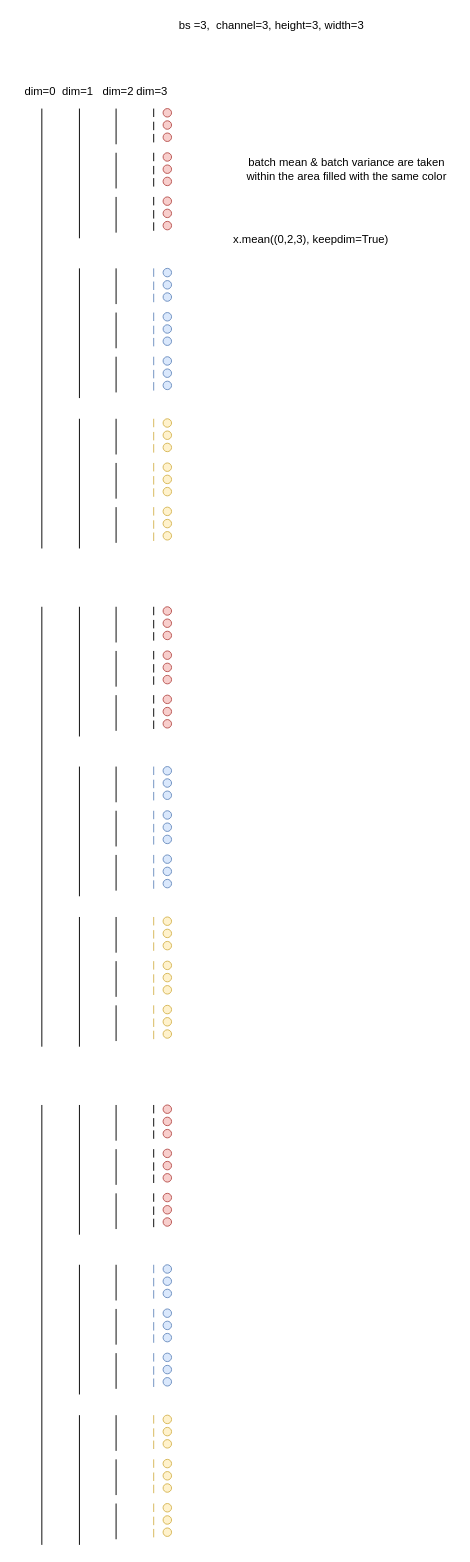
Earlier version of the draw.io diagram page "BatchNorm" (3 of 8) of lesson_note/studyFastaiFigures.drawio (shuntaka/study-fastai). Source tidied: cells renumbered, new cells numbered last; positions are measured from the earlier drawing's top-left corner, leaving out a move shared by most shapes. Both pictures are drawn from the tidied source at 94%, with x=0, y=0 at pixel (16, 16).
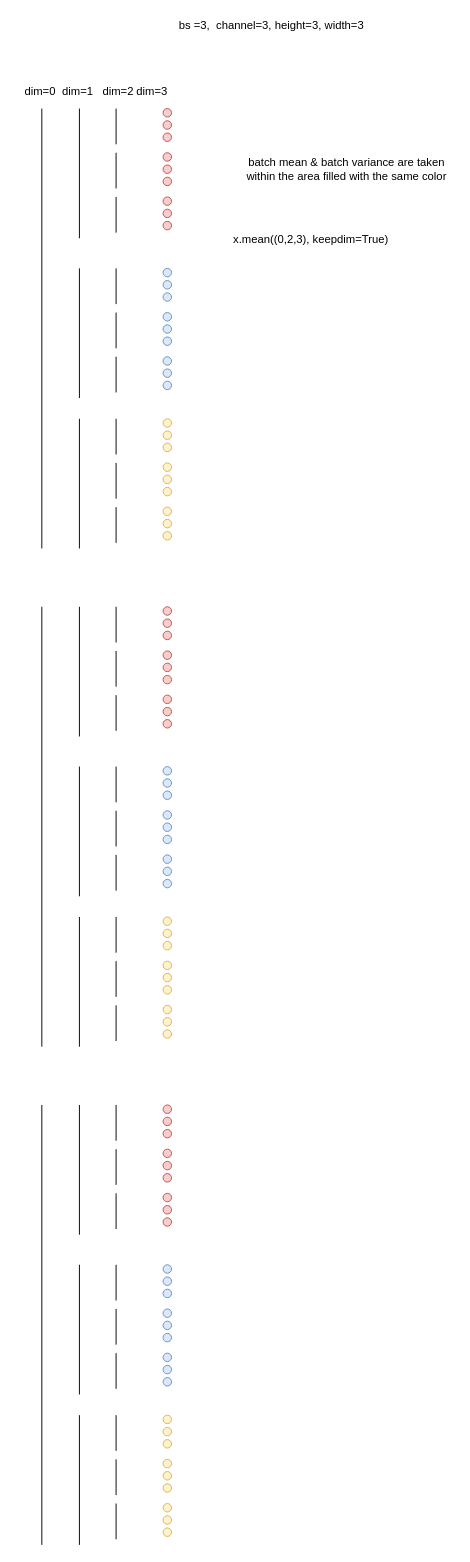
Above is the later version.

Change to the diagram source:
```diff
@@
-    <mxCell id="4" style="endArrow=none;html=1;" parent="1" edge="1">
-      <mxGeometry relative="1" as="geometry">
-        <mxPoint x="146" y="107" as="sourcePoint" />
-        <mxPoint x="146" y="98" as="targetPoint" />
-      </mxGeometry>
-    </mxCell>
-    <mxCell id="5" style="endArrow=none;html=1;" parent="1" edge="1">
-      <mxGeometry relative="1" as="geometry">
-        <mxPoint x="146" y="121" as="sourcePoint" />
-        <mxPoint x="146" y="112" as="targetPoint" />
-      </mxGeometry>
-    </mxCell>
@@
-    <mxCell id="11" style="endArrow=none;html=1;" parent="1" edge="1">
-      <mxGeometry relative="1" as="geometry">
-        <mxPoint x="146" y="134" as="sourcePoint" />
-        <mxPoint x="146" y="125" as="targetPoint" />
-      </mxGeometry>
-    </mxCell>
@@
-    <mxCell id="14" style="endArrow=none;html=1;" parent="1" edge="1">
-      <mxGeometry relative="1" as="geometry">
-        <mxPoint x="146" y="154" as="sourcePoint" />
-        <mxPoint x="146" y="145" as="targetPoint" />
-      </mxGeometry>
-    </mxCell>
-    <mxCell id="15" style="endArrow=none;html=1;" parent="1" edge="1">
-      <mxGeometry relative="1" as="geometry">
-        <mxPoint x="146" y="168" as="sourcePoint" />
-        <mxPoint x="146" y="159" as="targetPoint" />
-      </mxGeometry>
-    </mxCell>
@@
-    <mxCell id="18" style="endArrow=none;html=1;" parent="1" edge="1">
-      <mxGeometry relative="1" as="geometry">
-        <mxPoint x="146" y="181" as="sourcePoint" />
-        <mxPoint x="146" y="172" as="targetPoint" />
-      </mxGeometry>
-    </mxCell>
@@
-    <mxCell id="21" style="endArrow=none;html=1;" parent="1" edge="1">
-      <mxGeometry relative="1" as="geometry">
-        <mxPoint x="146" y="201" as="sourcePoint" />
-        <mxPoint x="146" y="192" as="targetPoint" />
-      </mxGeometry>
-    </mxCell>
-    <mxCell id="22" style="endArrow=none;html=1;" parent="1" edge="1">
-      <mxGeometry relative="1" as="geometry">
-        <mxPoint x="146" y="215" as="sourcePoint" />
-        <mxPoint x="146" y="206" as="targetPoint" />
-      </mxGeometry>
-    </mxCell>
@@
-    <mxCell id="25" style="endArrow=none;html=1;" parent="1" edge="1">
-      <mxGeometry relative="1" as="geometry">
-        <mxPoint x="146" y="228" as="sourcePoint" />
-        <mxPoint x="146" y="219" as="targetPoint" />
-      </mxGeometry>
-    </mxCell>
@@
-    <mxCell id="32" style="endArrow=none;html=1;fillColor=#dae8fc;strokeColor=#6c8ebf;" parent="1" edge="1">
-      <mxGeometry relative="1" as="geometry">
-        <mxPoint x="146" y="277" as="sourcePoint" />
-        <mxPoint x="146" y="268" as="targetPoint" />
-      </mxGeometry>
-    </mxCell>
-    <mxCell id="33" style="endArrow=none;html=1;fillColor=#dae8fc;strokeColor=#6c8ebf;" parent="1" edge="1">
-      <mxGeometry relative="1" as="geometry">
-        <mxPoint x="146" y="291" as="sourcePoint" />
-        <mxPoint x="146" y="282" as="targetPoint" />
-      </mxGeometry>
-    </mxCell>
@@
-    <mxCell id="36" style="endArrow=none;html=1;fillColor=#dae8fc;strokeColor=#6c8ebf;" parent="1" edge="1">
-      <mxGeometry relative="1" as="geometry">
-        <mxPoint x="146" y="304" as="sourcePoint" />
-        <mxPoint x="146" y="295" as="targetPoint" />
-      </mxGeometry>
-    </mxCell>
@@
-    <mxCell id="39" style="endArrow=none;html=1;fillColor=#dae8fc;strokeColor=#6c8ebf;" parent="1" edge="1">
-      <mxGeometry relative="1" as="geometry">
-        <mxPoint x="146" y="324" as="sourcePoint" />
-        <mxPoint x="146" y="315" as="targetPoint" />
-      </mxGeometry>
-    </mxCell>
-    <mxCell id="40" style="endArrow=none;html=1;fillColor=#dae8fc;strokeColor=#6c8ebf;" parent="1" edge="1">
-      <mxGeometry relative="1" as="geometry">
-        <mxPoint x="146" y="338" as="sourcePoint" />
-        <mxPoint x="146" y="329" as="targetPoint" />
-      </mxGeometry>
-    </mxCell>
@@
-    <mxCell id="43" style="endArrow=none;html=1;fillColor=#dae8fc;strokeColor=#6c8ebf;" parent="1" edge="1">
-      <mxGeometry relative="1" as="geometry">
-        <mxPoint x="146" y="351" as="sourcePoint" />
-        <mxPoint x="146" y="342" as="targetPoint" />
-      </mxGeometry>
-    </mxCell>
@@
-    <mxCell id="46" style="endArrow=none;html=1;fillColor=#dae8fc;strokeColor=#6c8ebf;" parent="1" edge="1">
-      <mxGeometry relative="1" as="geometry">
-        <mxPoint x="146" y="371" as="sourcePoint" />
-        <mxPoint x="146" y="362" as="targetPoint" />
-      </mxGeometry>
-    </mxCell>
-    <mxCell id="47" style="endArrow=none;html=1;fillColor=#dae8fc;strokeColor=#6c8ebf;" parent="1" edge="1">
-      <mxGeometry relative="1" as="geometry">
-        <mxPoint x="146" y="385" as="sourcePoint" />
-        <mxPoint x="146" y="376" as="targetPoint" />
-      </mxGeometry>
-    </mxCell>
@@
-    <mxCell id="50" style="endArrow=none;html=1;fillColor=#dae8fc;strokeColor=#6c8ebf;" parent="1" edge="1">
-      <mxGeometry relative="1" as="geometry">
-        <mxPoint x="146" y="398" as="sourcePoint" />
-        <mxPoint x="146" y="389" as="targetPoint" />
-      </mxGeometry>
-    </mxCell>
@@
-    <mxCell id="54" style="endArrow=none;html=1;fillColor=#fff2cc;strokeColor=#d6b656;" parent="1" edge="1">
-      <mxGeometry relative="1" as="geometry">
-        <mxPoint x="146" y="437" as="sourcePoint" />
-        <mxPoint x="146" y="428" as="targetPoint" />
-      </mxGeometry>
-    </mxCell>
-    <mxCell id="55" style="endArrow=none;html=1;fillColor=#fff2cc;strokeColor=#d6b656;" parent="1" edge="1">
-      <mxGeometry relative="1" as="geometry">
-        <mxPoint x="146" y="451" as="sourcePoint" />
-        <mxPoint x="146" y="442" as="targetPoint" />
-      </mxGeometry>
-    </mxCell>
@@
-    <mxCell id="58" style="endArrow=none;html=1;fillColor=#fff2cc;strokeColor=#d6b656;" parent="1" edge="1">
-      <mxGeometry relative="1" as="geometry">
-        <mxPoint x="146" y="464" as="sourcePoint" />
-        <mxPoint x="146" y="455" as="targetPoint" />
-      </mxGeometry>
-    </mxCell>
@@
-    <mxCell id="61" style="endArrow=none;html=1;fillColor=#fff2cc;strokeColor=#d6b656;" parent="1" edge="1">
-      <mxGeometry relative="1" as="geometry">
-        <mxPoint x="146" y="484" as="sourcePoint" />
-        <mxPoint x="146" y="475" as="targetPoint" />
-      </mxGeometry>
-    </mxCell>
-    <mxCell id="62" style="endArrow=none;html=1;fillColor=#fff2cc;strokeColor=#d6b656;" parent="1" edge="1">
-      <mxGeometry relative="1" as="geometry">
-        <mxPoint x="146" y="498" as="sourcePoint" />
-        <mxPoint x="146" y="489" as="targetPoint" />
-      </mxGeometry>
-    </mxCell>
@@
-    <mxCell id="65" style="endArrow=none;html=1;fillColor=#fff2cc;strokeColor=#d6b656;" parent="1" edge="1">
-      <mxGeometry relative="1" as="geometry">
-        <mxPoint x="146" y="511" as="sourcePoint" />
-        <mxPoint x="146" y="502" as="targetPoint" />
-      </mxGeometry>
-    </mxCell>
@@
-    <mxCell id="68" style="endArrow=none;html=1;fillColor=#fff2cc;strokeColor=#d6b656;" parent="1" edge="1">
-      <mxGeometry relative="1" as="geometry">
-        <mxPoint x="146" y="531" as="sourcePoint" />
-        <mxPoint x="146" y="522" as="targetPoint" />
-      </mxGeometry>
-    </mxCell>
-    <mxCell id="69" style="endArrow=none;html=1;fillColor=#fff2cc;strokeColor=#d6b656;" parent="1" edge="1">
-      <mxGeometry relative="1" as="geometry">
-        <mxPoint x="146" y="545" as="sourcePoint" />
-        <mxPoint x="146" y="536" as="targetPoint" />
-      </mxGeometry>
-    </mxCell>
@@
-    <mxCell id="72" style="endArrow=none;html=1;fillColor=#fff2cc;strokeColor=#d6b656;" parent="1" edge="1">
-      <mxGeometry relative="1" as="geometry">
-        <mxPoint x="146" y="558" as="sourcePoint" />
-        <mxPoint x="146" y="549" as="targetPoint" />
-      </mxGeometry>
-    </mxCell>
@@
-    <mxCell id="78" style="endArrow=none;html=1;" parent="1" edge="1">
-      <mxGeometry relative="1" as="geometry">
-        <mxPoint x="146" y="637" as="sourcePoint" />
-        <mxPoint x="146" y="628" as="targetPoint" />
-      </mxGeometry>
-    </mxCell>
-    <mxCell id="79" style="endArrow=none;html=1;" parent="1" edge="1">
-      <mxGeometry relative="1" as="geometry">
-        <mxPoint x="146" y="651" as="sourcePoint" />
-        <mxPoint x="146" y="642" as="targetPoint" />
-      </mxGeometry>
-    </mxCell>
@@
-    <mxCell id="82" style="endArrow=none;html=1;" parent="1" edge="1">
-      <mxGeometry relative="1" as="geometry">
-        <mxPoint x="146" y="664" as="sourcePoint" />
-        <mxPoint x="146" y="655" as="targetPoint" />
-      </mxGeometry>
-    </mxCell>
@@
-    <mxCell id="85" style="endArrow=none;html=1;" parent="1" edge="1">
-      <mxGeometry relative="1" as="geometry">
-        <mxPoint x="146" y="684" as="sourcePoint" />
-        <mxPoint x="146" y="675" as="targetPoint" />
-      </mxGeometry>
-    </mxCell>
-    <mxCell id="86" style="endArrow=none;html=1;" parent="1" edge="1">
-      <mxGeometry relative="1" as="geometry">
-        <mxPoint x="146" y="698" as="sourcePoint" />
-        <mxPoint x="146" y="689" as="targetPoint" />
-      </mxGeometry>
-    </mxCell>
@@
-    <mxCell id="89" style="endArrow=none;html=1;" parent="1" edge="1">
-      <mxGeometry relative="1" as="geometry">
-        <mxPoint x="146" y="711" as="sourcePoint" />
-        <mxPoint x="146" y="702" as="targetPoint" />
-      </mxGeometry>
-    </mxCell>
@@
-    <mxCell id="92" style="endArrow=none;html=1;" parent="1" edge="1">
-      <mxGeometry relative="1" as="geometry">
-        <mxPoint x="146" y="731" as="sourcePoint" />
-        <mxPoint x="146" y="722" as="targetPoint" />
-      </mxGeometry>
-    </mxCell>
-    <mxCell id="93" style="endArrow=none;html=1;" parent="1" edge="1">
-      <mxGeometry relative="1" as="geometry">
-        <mxPoint x="146" y="745" as="sourcePoint" />
-        <mxPoint x="146" y="736" as="targetPoint" />
-      </mxGeometry>
-    </mxCell>
@@
-    <mxCell id="96" style="endArrow=none;html=1;" parent="1" edge="1">
-      <mxGeometry relative="1" as="geometry">
-        <mxPoint x="146" y="758" as="sourcePoint" />
-        <mxPoint x="146" y="749" as="targetPoint" />
-      </mxGeometry>
-    </mxCell>
@@
-    <mxCell id="101" style="endArrow=none;html=1;fillColor=#dae8fc;strokeColor=#6c8ebf;" parent="1" edge="1">
-      <mxGeometry relative="1" as="geometry">
-        <mxPoint x="146" y="807" as="sourcePoint" />
-        <mxPoint x="146" y="798" as="targetPoint" />
-      </mxGeometry>
-    </mxCell>
-    <mxCell id="102" style="endArrow=none;html=1;fillColor=#dae8fc;strokeColor=#6c8ebf;" parent="1" edge="1">
-      <mxGeometry relative="1" as="geometry">
-        <mxPoint x="146" y="821" as="sourcePoint" />
-        <mxPoint x="146" y="812" as="targetPoint" />
-      </mxGeometry>
-    </mxCell>
@@
-    <mxCell id="105" style="endArrow=none;html=1;fillColor=#dae8fc;strokeColor=#6c8ebf;" parent="1" edge="1">
-      <mxGeometry relative="1" as="geometry">
-        <mxPoint x="146" y="834" as="sourcePoint" />
-        <mxPoint x="146" y="825" as="targetPoint" />
-      </mxGeometry>
-    </mxCell>
@@
-    <mxCell id="108" style="endArrow=none;html=1;fillColor=#dae8fc;strokeColor=#6c8ebf;" parent="1" edge="1">
-      <mxGeometry relative="1" as="geometry">
-        <mxPoint x="146" y="854" as="sourcePoint" />
-        <mxPoint x="146" y="845" as="targetPoint" />
-      </mxGeometry>
-    </mxCell>
-    <mxCell id="109" style="endArrow=none;html=1;fillColor=#dae8fc;strokeColor=#6c8ebf;" parent="1" edge="1">
-      <mxGeometry relative="1" as="geometry">
-        <mxPoint x="146" y="868" as="sourcePoint" />
-        <mxPoint x="146" y="859" as="targetPoint" />
-      </mxGeometry>
-    </mxCell>
@@
-    <mxCell id="112" style="endArrow=none;html=1;fillColor=#dae8fc;strokeColor=#6c8ebf;" parent="1" edge="1">
-      <mxGeometry relative="1" as="geometry">
-        <mxPoint x="146" y="881" as="sourcePoint" />
-        <mxPoint x="146" y="872" as="targetPoint" />
-      </mxGeometry>
-    </mxCell>
@@
-    <mxCell id="115" style="endArrow=none;html=1;fillColor=#dae8fc;strokeColor=#6c8ebf;" parent="1" edge="1">
-      <mxGeometry relative="1" as="geometry">
-        <mxPoint x="146" y="901" as="sourcePoint" />
-        <mxPoint x="146" y="892" as="targetPoint" />
-      </mxGeometry>
-    </mxCell>
-    <mxCell id="116" style="endArrow=none;html=1;fillColor=#dae8fc;strokeColor=#6c8ebf;" parent="1" edge="1">
-      <mxGeometry relative="1" as="geometry">
-        <mxPoint x="146" y="915" as="sourcePoint" />
-        <mxPoint x="146" y="906" as="targetPoint" />
-      </mxGeometry>
-    </mxCell>
@@
-    <mxCell id="119" style="endArrow=none;html=1;fillColor=#dae8fc;strokeColor=#6c8ebf;" parent="1" edge="1">
-      <mxGeometry relative="1" as="geometry">
-        <mxPoint x="146" y="928" as="sourcePoint" />
-        <mxPoint x="146" y="919" as="targetPoint" />
-      </mxGeometry>
-    </mxCell>
@@
-    <mxCell id="123" style="endArrow=none;html=1;fillColor=#fff2cc;strokeColor=#d6b656;" parent="1" edge="1">
-      <mxGeometry relative="1" as="geometry">
-        <mxPoint x="146" y="967" as="sourcePoint" />
-        <mxPoint x="146" y="958" as="targetPoint" />
-      </mxGeometry>
-    </mxCell>
-    <mxCell id="124" style="endArrow=none;html=1;fillColor=#fff2cc;strokeColor=#d6b656;" parent="1" edge="1">
-      <mxGeometry relative="1" as="geometry">
-        <mxPoint x="146" y="981" as="sourcePoint" />
-        <mxPoint x="146" y="972" as="targetPoint" />
-      </mxGeometry>
-    </mxCell>
@@
-    <mxCell id="127" style="endArrow=none;html=1;fillColor=#fff2cc;strokeColor=#d6b656;" parent="1" edge="1">
-      <mxGeometry relative="1" as="geometry">
-        <mxPoint x="146" y="994" as="sourcePoint" />
-        <mxPoint x="146" y="985" as="targetPoint" />
-      </mxGeometry>
-    </mxCell>
@@
-    <mxCell id="130" style="endArrow=none;html=1;fillColor=#fff2cc;strokeColor=#d6b656;" parent="1" edge="1">
-      <mxGeometry relative="1" as="geometry">
-        <mxPoint x="146" y="1014" as="sourcePoint" />
-        <mxPoint x="146" y="1005" as="targetPoint" />
-      </mxGeometry>
-    </mxCell>
-    <mxCell id="131" style="endArrow=none;html=1;fillColor=#fff2cc;strokeColor=#d6b656;" parent="1" edge="1">
-      <mxGeometry relative="1" as="geometry">
-        <mxPoint x="146" y="1028" as="sourcePoint" />
-        <mxPoint x="146" y="1019" as="targetPoint" />
-      </mxGeometry>
-    </mxCell>
@@
-    <mxCell id="134" style="endArrow=none;html=1;fillColor=#fff2cc;strokeColor=#d6b656;" parent="1" edge="1">
-      <mxGeometry relative="1" as="geometry">
-        <mxPoint x="146" y="1041" as="sourcePoint" />
-        <mxPoint x="146" y="1032" as="targetPoint" />
-      </mxGeometry>
-    </mxCell>
@@
-    <mxCell id="137" style="endArrow=none;html=1;fillColor=#fff2cc;strokeColor=#d6b656;" parent="1" edge="1">
-      <mxGeometry relative="1" as="geometry">
-        <mxPoint x="146" y="1061" as="sourcePoint" />
-        <mxPoint x="146" y="1052" as="targetPoint" />
-      </mxGeometry>
-    </mxCell>
-    <mxCell id="138" style="endArrow=none;html=1;fillColor=#fff2cc;strokeColor=#d6b656;" parent="1" edge="1">
-      <mxGeometry relative="1" as="geometry">
-        <mxPoint x="146" y="1075" as="sourcePoint" />
-        <mxPoint x="146" y="1066" as="targetPoint" />
-      </mxGeometry>
-    </mxCell>
@@
-    <mxCell id="141" style="endArrow=none;html=1;fillColor=#fff2cc;strokeColor=#d6b656;" parent="1" edge="1">
-      <mxGeometry relative="1" as="geometry">
-        <mxPoint x="146" y="1088" as="sourcePoint" />
-        <mxPoint x="146" y="1079" as="targetPoint" />
-      </mxGeometry>
-    </mxCell>
@@
-    <mxCell id="145" style="endArrow=none;html=1;" parent="1" edge="1">
-      <mxGeometry relative="1" as="geometry">
-        <mxPoint x="146" y="1167" as="sourcePoint" />
-        <mxPoint x="146" y="1158" as="targetPoint" />
-      </mxGeometry>
-    </mxCell>
-    <mxCell id="146" style="endArrow=none;html=1;" parent="1" edge="1">
-      <mxGeometry relative="1" as="geometry">
-        <mxPoint x="146" y="1181" as="sourcePoint" />
-        <mxPoint x="146" y="1172" as="targetPoint" />
-      </mxGeometry>
-    </mxCell>
@@
-    <mxCell id="149" style="endArrow=none;html=1;" parent="1" edge="1">
-      <mxGeometry relative="1" as="geometry">
-        <mxPoint x="146" y="1194" as="sourcePoint" />
-        <mxPoint x="146" y="1185" as="targetPoint" />
-      </mxGeometry>
-    </mxCell>
@@
-    <mxCell id="152" style="endArrow=none;html=1;" parent="1" edge="1">
-      <mxGeometry relative="1" as="geometry">
-        <mxPoint x="146" y="1214" as="sourcePoint" />
-        <mxPoint x="146" y="1205" as="targetPoint" />
-      </mxGeometry>
-    </mxCell>
-    <mxCell id="153" style="endArrow=none;html=1;" parent="1" edge="1">
-      <mxGeometry relative="1" as="geometry">
-        <mxPoint x="146" y="1228" as="sourcePoint" />
-        <mxPoint x="146" y="1219" as="targetPoint" />
-      </mxGeometry>
-    </mxCell>
@@
-    <mxCell id="156" style="endArrow=none;html=1;" parent="1" edge="1">
-      <mxGeometry relative="1" as="geometry">
-        <mxPoint x="146" y="1241" as="sourcePoint" />
-        <mxPoint x="146" y="1232" as="targetPoint" />
-      </mxGeometry>
-    </mxCell>
@@
-    <mxCell id="159" style="endArrow=none;html=1;" parent="1" edge="1">
-      <mxGeometry relative="1" as="geometry">
-        <mxPoint x="146" y="1261" as="sourcePoint" />
-        <mxPoint x="146" y="1252" as="targetPoint" />
-      </mxGeometry>
-    </mxCell>
-    <mxCell id="160" style="endArrow=none;html=1;" parent="1" edge="1">
-      <mxGeometry relative="1" as="geometry">
-        <mxPoint x="146" y="1275" as="sourcePoint" />
-        <mxPoint x="146" y="1266" as="targetPoint" />
-      </mxGeometry>
-    </mxCell>
@@
-    <mxCell id="163" style="endArrow=none;html=1;" parent="1" edge="1">
-      <mxGeometry relative="1" as="geometry">
-        <mxPoint x="146" y="1288" as="sourcePoint" />
-        <mxPoint x="146" y="1279" as="targetPoint" />
-      </mxGeometry>
-    </mxCell>
@@
-    <mxCell id="168" style="endArrow=none;html=1;fillColor=#dae8fc;strokeColor=#6c8ebf;" parent="1" edge="1">
-      <mxGeometry relative="1" as="geometry">
-        <mxPoint x="146" y="1337" as="sourcePoint" />
-        <mxPoint x="146" y="1328" as="targetPoint" />
-      </mxGeometry>
-    </mxCell>
-    <mxCell id="169" style="endArrow=none;html=1;fillColor=#dae8fc;strokeColor=#6c8ebf;" parent="1" edge="1">
-      <mxGeometry relative="1" as="geometry">
-        <mxPoint x="146" y="1351" as="sourcePoint" />
-        <mxPoint x="146" y="1342" as="targetPoint" />
-      </mxGeometry>
-    </mxCell>
@@
-    <mxCell id="172" style="endArrow=none;html=1;fillColor=#dae8fc;strokeColor=#6c8ebf;" parent="1" edge="1">
-      <mxGeometry relative="1" as="geometry">
-        <mxPoint x="146" y="1364" as="sourcePoint" />
-        <mxPoint x="146" y="1355" as="targetPoint" />
-      </mxGeometry>
-    </mxCell>
@@
-    <mxCell id="175" style="endArrow=none;html=1;fillColor=#dae8fc;strokeColor=#6c8ebf;" parent="1" edge="1">
-      <mxGeometry relative="1" as="geometry">
-        <mxPoint x="146" y="1384" as="sourcePoint" />
-        <mxPoint x="146" y="1375" as="targetPoint" />
-      </mxGeometry>
-    </mxCell>
-    <mxCell id="176" style="endArrow=none;html=1;fillColor=#dae8fc;strokeColor=#6c8ebf;" parent="1" edge="1">
-      <mxGeometry relative="1" as="geometry">
-        <mxPoint x="146" y="1398" as="sourcePoint" />
-        <mxPoint x="146" y="1389" as="targetPoint" />
-      </mxGeometry>
-    </mxCell>
@@
-    <mxCell id="179" style="endArrow=none;html=1;fillColor=#dae8fc;strokeColor=#6c8ebf;" parent="1" edge="1">
-      <mxGeometry relative="1" as="geometry">
-        <mxPoint x="146" y="1411" as="sourcePoint" />
-        <mxPoint x="146" y="1402" as="targetPoint" />
-      </mxGeometry>
-    </mxCell>
@@
-    <mxCell id="182" style="endArrow=none;html=1;fillColor=#dae8fc;strokeColor=#6c8ebf;" parent="1" edge="1">
-      <mxGeometry relative="1" as="geometry">
-        <mxPoint x="146" y="1431" as="sourcePoint" />
-        <mxPoint x="146" y="1422" as="targetPoint" />
-      </mxGeometry>
-    </mxCell>
-    <mxCell id="183" style="endArrow=none;html=1;fillColor=#dae8fc;strokeColor=#6c8ebf;" parent="1" edge="1">
-      <mxGeometry relative="1" as="geometry">
-        <mxPoint x="146" y="1445" as="sourcePoint" />
-        <mxPoint x="146" y="1436" as="targetPoint" />
-      </mxGeometry>
-    </mxCell>
@@
-    <mxCell id="186" style="endArrow=none;html=1;fillColor=#dae8fc;strokeColor=#6c8ebf;" parent="1" edge="1">
-      <mxGeometry relative="1" as="geometry">
-        <mxPoint x="146" y="1458" as="sourcePoint" />
-        <mxPoint x="146" y="1449" as="targetPoint" />
-      </mxGeometry>
-    </mxCell>
@@
-    <mxCell id="190" style="endArrow=none;html=1;fillColor=#fff2cc;strokeColor=#d6b656;" parent="1" edge="1">
-      <mxGeometry relative="1" as="geometry">
-        <mxPoint x="146" y="1497" as="sourcePoint" />
-        <mxPoint x="146" y="1488" as="targetPoint" />
-      </mxGeometry>
-    </mxCell>
-    <mxCell id="191" style="endArrow=none;html=1;fillColor=#fff2cc;strokeColor=#d6b656;" parent="1" edge="1">
-      <mxGeometry relative="1" as="geometry">
-        <mxPoint x="146" y="1511" as="sourcePoint" />
-        <mxPoint x="146" y="1502" as="targetPoint" />
-      </mxGeometry>
-    </mxCell>
@@
-    <mxCell id="194" style="endArrow=none;html=1;fillColor=#fff2cc;strokeColor=#d6b656;" parent="1" edge="1">
-      <mxGeometry relative="1" as="geometry">
-        <mxPoint x="146" y="1524" as="sourcePoint" />
-        <mxPoint x="146" y="1515" as="targetPoint" />
-      </mxGeometry>
-    </mxCell>
@@
-    <mxCell id="197" style="endArrow=none;html=1;fillColor=#fff2cc;strokeColor=#d6b656;" parent="1" edge="1">
-      <mxGeometry relative="1" as="geometry">
-        <mxPoint x="146" y="1544" as="sourcePoint" />
-        <mxPoint x="146" y="1535" as="targetPoint" />
-      </mxGeometry>
-    </mxCell>
-    <mxCell id="198" style="endArrow=none;html=1;fillColor=#fff2cc;strokeColor=#d6b656;" parent="1" edge="1">
-      <mxGeometry relative="1" as="geometry">
-        <mxPoint x="146" y="1558" as="sourcePoint" />
-        <mxPoint x="146" y="1549" as="targetPoint" />
-      </mxGeometry>
-    </mxCell>
@@
-    <mxCell id="201" style="endArrow=none;html=1;fillColor=#fff2cc;strokeColor=#d6b656;" parent="1" edge="1">
-      <mxGeometry relative="1" as="geometry">
-        <mxPoint x="146" y="1571" as="sourcePoint" />
-        <mxPoint x="146" y="1562" as="targetPoint" />
-      </mxGeometry>
-    </mxCell>
@@
-    <mxCell id="204" style="endArrow=none;html=1;fillColor=#fff2cc;strokeColor=#d6b656;" parent="1" edge="1">
-      <mxGeometry relative="1" as="geometry">
-        <mxPoint x="146" y="1591" as="sourcePoint" />
-        <mxPoint x="146" y="1582" as="targetPoint" />
-      </mxGeometry>
-    </mxCell>
-    <mxCell id="205" style="endArrow=none;html=1;fillColor=#fff2cc;strokeColor=#d6b656;" parent="1" edge="1">
-      <mxGeometry relative="1" as="geometry">
-        <mxPoint x="146" y="1605" as="sourcePoint" />
-        <mxPoint x="146" y="1596" as="targetPoint" />
-      </mxGeometry>
-    </mxCell>
@@
-    <mxCell id="208" style="endArrow=none;html=1;fillColor=#fff2cc;strokeColor=#d6b656;" parent="1" edge="1">
-      <mxGeometry relative="1" as="geometry">
-        <mxPoint x="146" y="1618" as="sourcePoint" />
-        <mxPoint x="146" y="1609" as="targetPoint" />
-      </mxGeometry>
-    </mxCell>
```
